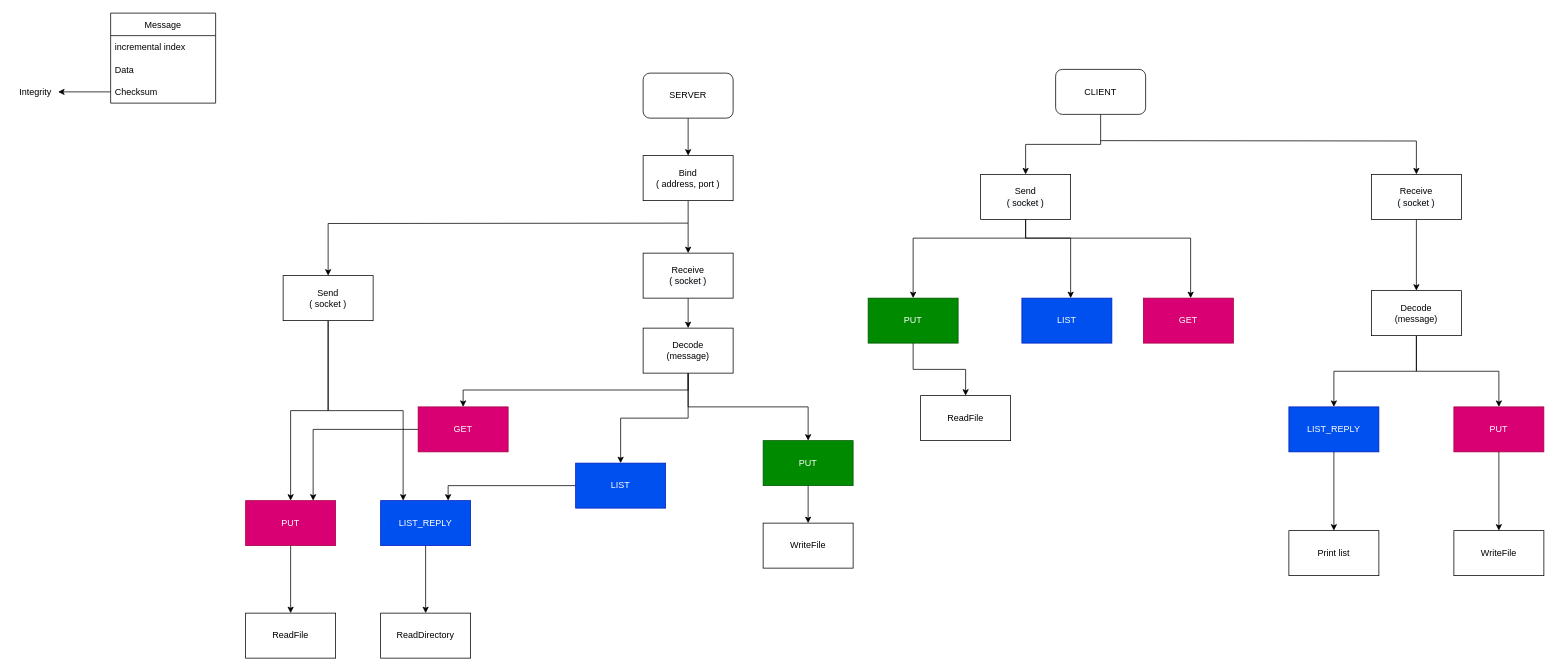
This is page "Page-1" (1 of 5) of Docs/Untitled.drawio from ItsTiz/Progetto-Reti, a draw.io file, before an edit. Source tidied: cells renumbered, new cells numbered last; positions are measured from the earlier drawing's top-left corner, leaving out a move shared by most shapes. Both pictures are drawn from the tidied source at 75%, with x=0, y=0 at pixel (13, 13).
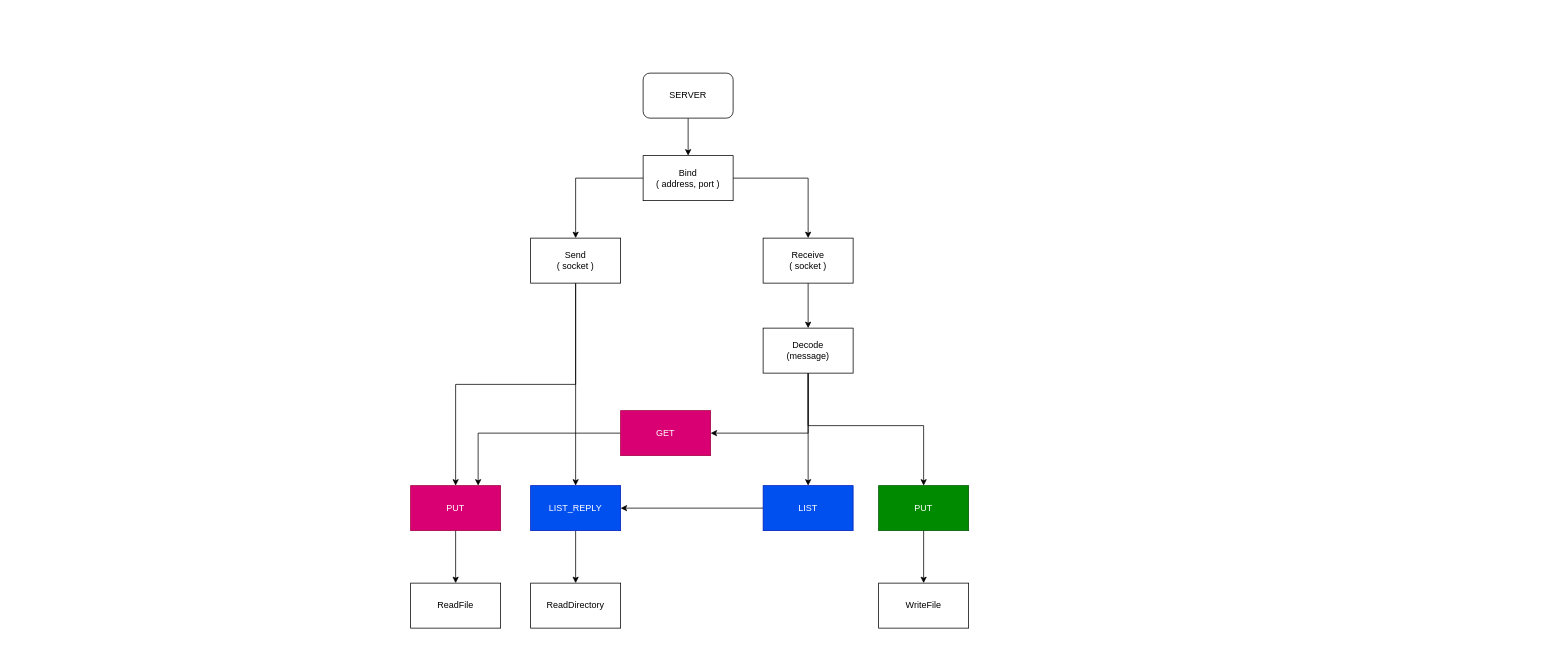
Above is the later version.

Commit message (it also covers changes not shown here):
Made some changes to text output in both client and server

The change refers to these unchanged cells:
```xml
<mxCell id="8" value="Bind &lt;br&gt;( address, port )" style="rounded=0;whiteSpace=wrap;html=1;" parent="1" vertex="1">
  <mxGeometry x="840" y="190" width="120" height="60" as="geometry" />
</mxCell>
```

The edit, as a diff of the source:
```diff
@@
-    <mxCell id="4" style="edgeStyle=orthogonalEdgeStyle;rounded=0;jettySize=auto;html=1;" parent="1" edge="1" source="6" target="26">
-      <mxGeometry relative="1" as="geometry" />
-    </mxCell>
-    <mxCell id="5" style="edgeStyle=orthogonalEdgeStyle;rounded=0;jettySize=auto;html=1;" parent="1" edge="1" target="24">
-      <mxGeometry relative="1" as="geometry">
-        <mxPoint x="1450" y="170" as="sourcePoint" />
-      </mxGeometry>
-    </mxCell>
-    <mxCell id="6" value="CLIENT" style="rounded=1;whiteSpace=wrap;html=1;" parent="1" vertex="1">
-      <mxGeometry x="1390" y="75" width="120" height="60" as="geometry" />
-    </mxCell>
@@
-    <mxCell id="10" value="Receive&lt;br style=&quot;color: rgb(0, 0, 0); font-family: Helvetica; font-size: 12px; font-style: normal; font-variant-ligatures: normal; font-variant-caps: normal; font-weight: 400; letter-spacing: normal; orphans: 2; text-align: center; text-indent: 0px; text-transform: none; widows: 2; word-spacing: 0px; -webkit-text-stroke-width: 0px; background-color: rgb(248, 249, 250); text-decoration-thickness: initial; text-decoration-style: initial; text-decoration-color: initial;&quot;&gt;&lt;span style=&quot;color: rgb(0, 0, 0); font-family: Helvetica; font-size: 12px; font-style: normal; font-variant-ligatures: normal; font-variant-caps: normal; font-weight: 400; letter-spacing: normal; orphans: 2; text-align: center; text-indent: 0px; text-transform: none; widows: 2; word-spacing: 0px; -webkit-text-stroke-width: 0px; background-color: rgb(248, 249, 250); text-decoration-thickness: initial; text-decoration-style: initial; text-decoration-color: initial; float: none; display: inline !important;&quot;&gt;( socket )&lt;/span&gt;" style="rounded=0;whiteSpace=wrap;html=1;" parent="1" vertex="1">
-      <mxGeometry x="840" y="320" width="120" height="60" as="geometry" />
+    <mxCell id="10" value="Receive&lt;br style=&quot;color: rgb(0, 0, 0); font-family: Helvetica; font-size: 12px; font-style: normal; font-variant-ligatures: normal; font-variant-caps: normal; font-weight: 400; letter-spacing: normal; orphans: 2; text-align: center; text-indent: 0px; text-transform: none; widows: 2; word-spacing: 0px; -webkit-text-stroke-width: 0px; background-color: rgb(248, 249, 250); text-decoration-thickness: initial; text-decoration-style: initial; text-decoration-color: initial;&quot;&gt;&lt;span style=&quot;color: rgb(0, 0, 0); font-family: Helvetica; font-size: 12px; font-style: normal; font-variant-ligatures: normal; font-variant-caps: normal; font-weight: 400; letter-spacing: normal; orphans: 2; text-align: center; text-indent: 0px; text-transform: none; widows: 2; word-spacing: 0px; -webkit-text-stroke-width: 0px; text-decoration-thickness: initial; text-decoration-style: initial; text-decoration-color: initial; float: none; display: inline !important; background-color: rgb(255, 255, 255);&quot;&gt;( socket )&lt;/span&gt;" style="rounded=0;whiteSpace=wrap;html=1;" parent="1" vertex="1">
+      <mxGeometry x="1000" y="300" width="120" height="60" as="geometry" />
     </mxCell>
@@
-    <mxCell id="12" style="edgeStyle=orthogonalEdgeStyle;rounded=0;jettySize=auto;html=1;exitX=0.5;exitY=1;exitDx=0;exitDy=0;entryX=0.25;entryY=0;entryDx=0;entryDy=0;fontSize=18;" parent="1" edge="1" source="13" target="56">
+    <mxCell id="12" style="edgeStyle=orthogonalEdgeStyle;rounded=0;jettySize=auto;html=1;exitX=0.5;exitY=1;exitDx=0;exitDy=0;entryX=0.5;entryY=0;entryDx=0;entryDy=0;fontSize=18;" parent="1" edge="1" source="13" target="56">
       <mxGeometry relative="1" as="geometry" />
     </mxCell>
     <mxCell id="13" value="Send&lt;br&gt;( socket )" style="rounded=0;whiteSpace=wrap;html=1;" parent="1" vertex="1">
-      <mxGeometry x="360" y="350" width="120" height="60" as="geometry" />
+      <mxGeometry x="690" y="300" width="120" height="60" as="geometry" />
     </mxCell>
     <mxCell id="14" style="edgeStyle=orthogonalEdgeStyle;rounded=0;jettySize=auto;html=1;exitX=0.5;exitY=1;exitDx=0;exitDy=0;entryX=0.5;entryY=0;entryDx=0;entryDy=0;fontSize=18;" parent="1" edge="1" source="17" target="42">
-      <mxGeometry relative="1" as="geometry" />
+      <mxGeometry relative="1" as="geometry">
+        <Array as="points">
+          <mxPoint x="1060" y="550" />
+          <mxPoint x="1214" y="550" />
+        </Array>
+      </mxGeometry>
     </mxCell>
@@
-    <mxCell id="16" style="edgeStyle=orthogonalEdgeStyle;rounded=0;jettySize=auto;html=1;exitX=0.5;exitY=1;exitDx=0;exitDy=0;fontSize=18;entryX=0.5;entryY=0;entryDx=0;entryDy=0;" parent="1" edge="1" source="17" target="19">
+    <mxCell id="16" style="edgeStyle=orthogonalEdgeStyle;rounded=0;jettySize=auto;html=1;exitX=0.5;exitY=1;exitDx=0;exitDy=0;entryX=1;entryY=0.5;entryDx=0;entryDy=0;fontSize=18;" parent="1" edge="1" source="17" target="19">
       <mxGeometry relative="1" as="geometry" />
     </mxCell>
     <mxCell id="17" value="Decode&lt;br&gt;(message)" style="rounded=0;whiteSpace=wrap;html=1;" parent="1" vertex="1">
-      <mxGeometry x="840" y="420" width="120" height="60" as="geometry" />
+      <mxGeometry x="1000" y="420" width="120" height="60" as="geometry" />
     </mxCell>
@@
     <mxCell id="19" value="GET" style="rounded=0;whiteSpace=wrap;html=1;fillColor=#d80073;fontColor=#ffffff;strokeColor=#A50040;" parent="1" vertex="1">
-      <mxGeometry x="540" y="525" width="120" height="60" as="geometry" />
+      <mxGeometry x="810" y="530" width="120" height="60" as="geometry" />
     </mxCell>
     <mxCell id="20" value="WriteFile" style="rounded=0;whiteSpace=wrap;html=1;" parent="1" vertex="1">
-      <mxGeometry x="1000" y="680" width="120" height="60" as="geometry" />
+      <mxGeometry x="1154" y="760" width="120" height="60" as="geometry" />
     </mxCell>
-    <mxCell id="21" style="edgeStyle=orthogonalEdgeStyle;rounded=0;jettySize=auto;html=1;exitX=0;exitY=0.5;exitDx=0;exitDy=0;entryX=0.75;entryY=0;entryDx=0;entryDy=0;fontSize=18;" parent="1" edge="1" source="22" target="56">
+    <mxCell id="21" style="edgeStyle=orthogonalEdgeStyle;rounded=0;jettySize=auto;html=1;exitX=0;exitY=0.5;exitDx=0;exitDy=0;entryX=1;entryY=0.5;entryDx=0;entryDy=0;fontSize=18;" parent="1" edge="1" source="22" target="56">
       <mxGeometry relative="1" as="geometry" />
     </mxCell>
     <mxCell id="22" value="LIST" style="rounded=0;whiteSpace=wrap;html=1;fillColor=#0050ef;fontColor=#ffffff;strokeColor=#001DBC;" parent="1" vertex="1">
-      <mxGeometry x="750" y="600" width="120" height="60" as="geometry" />
+      <mxGeometry x="1000" y="630" width="120" height="60" as="geometry" />
     </mxCell>
-    <mxCell id="23" style="edgeStyle=orthogonalEdgeStyle;rounded=0;jettySize=auto;html=1;" parent="1" edge="1" source="24" target="29">
-      <mxGeometry relative="1" as="geometry" />
-    </mxCell>
-    <mxCell id="24" value="Receive&lt;br style=&quot;color: rgb(0, 0, 0); font-family: Helvetica; font-size: 12px; font-style: normal; font-variant-ligatures: normal; font-variant-caps: normal; font-weight: 400; letter-spacing: normal; orphans: 2; text-align: center; text-indent: 0px; text-transform: none; widows: 2; word-spacing: 0px; -webkit-text-stroke-width: 0px; background-color: rgb(248, 249, 250); text-decoration-thickness: initial; text-decoration-style: initial; text-decoration-color: initial;&quot;&gt;&lt;span style=&quot;color: rgb(0, 0, 0); font-family: Helvetica; font-size: 12px; font-style: normal; font-variant-ligatures: normal; font-variant-caps: normal; font-weight: 400; letter-spacing: normal; orphans: 2; text-align: center; text-indent: 0px; text-transform: none; widows: 2; word-spacing: 0px; -webkit-text-stroke-width: 0px; background-color: rgb(248, 249, 250); text-decoration-thickness: initial; text-decoration-style: initial; text-decoration-color: initial; float: none; display: inline !important;&quot;&gt;( socket )&lt;/span&gt;" style="rounded=0;whiteSpace=wrap;html=1;" parent="1" vertex="1">
-      <mxGeometry x="1811" y="215" width="120" height="60" as="geometry" />
-    </mxCell>
-    <mxCell id="25" style="edgeStyle=orthogonalEdgeStyle;rounded=0;jettySize=auto;html=1;entryX=0.5;entryY=0;entryDx=0;entryDy=0;" parent="1" edge="1" source="26" target="34">
-      <mxGeometry relative="1" as="geometry">
-        <Array as="points">
-          <mxPoint x="1350" y="300" />
-          <mxPoint x="1200" y="300" />
-        </Array>
-      </mxGeometry>
-    </mxCell>
-    <mxCell id="26" value="Send&lt;br style=&quot;color: rgb(0, 0, 0); font-family: Helvetica; font-size: 12px; font-style: normal; font-variant-ligatures: normal; font-variant-caps: normal; font-weight: 400; letter-spacing: normal; orphans: 2; text-align: center; text-indent: 0px; text-transform: none; widows: 2; word-spacing: 0px; -webkit-text-stroke-width: 0px; background-color: rgb(248, 249, 250); text-decoration-thickness: initial; text-decoration-style: initial; text-decoration-color: initial;&quot;&gt;&lt;span style=&quot;color: rgb(0, 0, 0); font-family: Helvetica; font-size: 12px; font-style: normal; font-variant-ligatures: normal; font-variant-caps: normal; font-weight: 400; letter-spacing: normal; orphans: 2; text-align: center; text-indent: 0px; text-transform: none; widows: 2; word-spacing: 0px; -webkit-text-stroke-width: 0px; background-color: rgb(248, 249, 250); text-decoration-thickness: initial; text-decoration-style: initial; text-decoration-color: initial; float: none; display: inline !important;&quot;&gt;( socket )&lt;/span&gt;" style="rounded=0;whiteSpace=wrap;html=1;" parent="1" vertex="1">
-      <mxGeometry x="1290" y="215" width="120" height="60" as="geometry" />
-    </mxCell>
-    <mxCell id="27" style="edgeStyle=orthogonalEdgeStyle;rounded=0;jettySize=auto;html=1;" parent="1" edge="1" source="29" target="31">
-      <mxGeometry relative="1" as="geometry" />
-    </mxCell>
-    <mxCell id="28" style="edgeStyle=orthogonalEdgeStyle;rounded=0;jettySize=auto;html=1;" parent="1" edge="1" source="29" target="32">
-      <mxGeometry relative="1" as="geometry" />
-    </mxCell>
-    <mxCell id="29" value="Decode&lt;br&gt;(message)" style="rounded=0;whiteSpace=wrap;html=1;" parent="1" vertex="1">
-      <mxGeometry x="1811" y="370" width="120" height="60" as="geometry" />
-    </mxCell>
-    <mxCell id="30" value="Print list" style="rounded=0;whiteSpace=wrap;html=1;" parent="1" vertex="1">
-      <mxGeometry x="1701" y="690" width="120" height="60" as="geometry" />
-    </mxCell>
-    <mxCell id="31" value="LIST_REPLY" style="rounded=0;whiteSpace=wrap;html=1;fillColor=#0050ef;fontColor=#ffffff;strokeColor=#001DBC;" parent="1" vertex="1">
-      <mxGeometry x="1701" y="525" width="120" height="60" as="geometry" />
-    </mxCell>
-    <mxCell id="32" value="PUT" style="rounded=0;whiteSpace=wrap;html=1;fillColor=#d80073;fontColor=#ffffff;strokeColor=#A50040;" parent="1" vertex="1">
-      <mxGeometry x="1921" y="525" width="120" height="60" as="geometry" />
-    </mxCell>
-    <mxCell id="33" value="WriteFile" style="rounded=0;whiteSpace=wrap;html=1;" parent="1" vertex="1">
-      <mxGeometry x="1921" y="690" width="120" height="60" as="geometry" />
-    </mxCell>
-    <mxCell id="34" value="PUT" style="rounded=0;whiteSpace=wrap;html=1;fillColor=#008a00;fontColor=#ffffff;strokeColor=#005700;" parent="1" vertex="1">
-      <mxGeometry x="1140" y="380" width="120" height="60" as="geometry" />
-    </mxCell>
-    <mxCell id="35" value="Message" style="swimlane;fontStyle=0;horizontal=1;startSize=30;fontSize=12;" parent="1" vertex="1">
-      <mxGeometry x="130" width="140" height="120" as="geometry" />
-    </mxCell>
-    <mxCell id="36" value="incremental index" style="text;strokeColor=none;fillColor=none;align=left;verticalAlign=middle;spacingLeft=4;spacingRight=4;overflow=hidden;fontSize=12;" parent="35" vertex="1">
-      <mxGeometry y="30" width="140" height="30" as="geometry" />
-    </mxCell>
-    <mxCell id="37" value="Data" style="text;strokeColor=none;fillColor=none;align=left;verticalAlign=middle;spacingLeft=4;spacingRight=4;overflow=hidden;fontSize=12;" parent="35" vertex="1">
-      <mxGeometry y="60" width="140" height="30" as="geometry" />
-    </mxCell>
-    <mxCell id="38" value="Checksum" style="text;strokeColor=none;fillColor=none;align=left;verticalAlign=middle;spacingLeft=4;spacingRight=4;overflow=hidden;points=[[0,0.5],[1,0.5]];portConstraint=eastwest;fontSize=12;" parent="35" vertex="1">
-      <mxGeometry y="90" width="140" height="30" as="geometry" />
-    </mxCell>
-    <mxCell id="39" style="edgeStyle=orthogonalEdgeStyle;rounded=0;jettySize=auto;html=1;fontSize=12;" parent="1" edge="1" source="38" target="40">
-      <mxGeometry relative="1" as="geometry" />
-    </mxCell>
-    <mxCell id="40" value="Integrity" style="text;html=1;strokeColor=none;fillColor=none;align=center;verticalAlign=middle;whiteSpace=wrap;rounded=0;fontSize=12;" parent="1" vertex="1">
-      <mxGeometry y="90" width="60" height="30" as="geometry" />
-    </mxCell>
     <mxCell id="41" value="ReadDirectory" style="rounded=0;whiteSpace=wrap;html=1;" parent="1" vertex="1">
-      <mxGeometry x="490" y="800" width="120" height="60" as="geometry" />
+      <mxGeometry x="690" y="760" width="120" height="60" as="geometry" />
     </mxCell>
     <mxCell id="42" value="PUT" style="rounded=0;whiteSpace=wrap;html=1;fillColor=#008a00;fontColor=#ffffff;strokeColor=#005700;" parent="1" vertex="1">
-      <mxGeometry x="1000" y="570" width="120" height="60" as="geometry" />
+      <mxGeometry x="1154" y="630" width="120" height="60" as="geometry" />
     </mxCell>
@@
-    <mxCell id="44" value="LIST" style="rounded=0;whiteSpace=wrap;html=1;fillColor=#0050ef;fontColor=#ffffff;strokeColor=#001DBC;" parent="1" vertex="1">
-      <mxGeometry x="1345" y="380" width="120" height="60" as="geometry" />
-    </mxCell>
-    <mxCell id="45" style="edgeStyle=orthogonalEdgeStyle;rounded=0;jettySize=auto;html=1;entryX=0.542;entryY=0;entryDx=0;entryDy=0;entryPerimeter=0;" parent="1" edge="1" target="44">
-      <mxGeometry relative="1" as="geometry">
-        <mxPoint x="1350" y="300" as="sourcePoint" />
-        <Array as="points">
-          <mxPoint x="1410" y="300" />
-        </Array>
-      </mxGeometry>
-    </mxCell>
-    <mxCell id="46" style="edgeStyle=orthogonalEdgeStyle;rounded=0;jettySize=auto;html=1;entryX=0.5;entryY=0;entryDx=0;entryDy=0;exitX=0.5;exitY=1;exitDx=0;exitDy=0;" parent="1" edge="1" source="31" target="30">
-      <mxGeometry relative="1" as="geometry" />
-    </mxCell>
-    <mxCell id="47" style="edgeStyle=orthogonalEdgeStyle;rounded=0;jettySize=auto;html=1;entryX=0.5;entryY=0;entryDx=0;entryDy=0;exitX=0.5;exitY=1;exitDx=0;exitDy=0;" parent="1" edge="1" source="32" target="33">
-      <mxGeometry relative="1" as="geometry" />
-    </mxCell>
-    <mxCell id="48" style="edgeStyle=orthogonalEdgeStyle;rounded=0;jettySize=auto;html=1;entryX=0.5;entryY=0;entryDx=0;entryDy=0;exitX=0.5;exitY=1;exitDx=0;exitDy=0;" parent="1" edge="1" source="34" target="49">
-      <mxGeometry relative="1" as="geometry" />
-    </mxCell>
-    <mxCell id="49" value="ReadFile" style="rounded=0;whiteSpace=wrap;html=1;" parent="1" vertex="1">
-      <mxGeometry x="1210" y="510" width="120" height="60" as="geometry" />
-    </mxCell>
-    <mxCell id="50" style="edgeStyle=orthogonalEdgeStyle;rounded=0;jettySize=auto;html=1;entryX=0.542;entryY=0;entryDx=0;entryDy=0;entryPerimeter=0;exitX=0.5;exitY=1;exitDx=0;exitDy=0;" parent="1" edge="1" source="26">
-      <mxGeometry relative="1" as="geometry">
-        <mxPoint x="1570" y="380" as="targetPoint" />
-        <Array as="points">
-          <mxPoint x="1350" y="300" />
-          <mxPoint x="1570" y="300" />
-        </Array>
-      </mxGeometry>
-    </mxCell>
-    <mxCell id="51" value="GET" style="rounded=0;whiteSpace=wrap;html=1;fillColor=#d80073;fontColor=#ffffff;strokeColor=#A50040;" parent="1" vertex="1">
-      <mxGeometry x="1507" y="380" width="120" height="60" as="geometry" />
-    </mxCell>
-    <mxCell id="52" style="edgeStyle=orthogonalEdgeStyle;rounded=0;jettySize=auto;html=1;entryX=0.5;entryY=0;entryDx=0;entryDy=0;" parent="1" edge="1" target="13">
-      <mxGeometry relative="1" as="geometry">
-        <mxPoint x="900" y="280" as="sourcePoint" />
-      </mxGeometry>
+    <mxCell id="52" style="edgeStyle=orthogonalEdgeStyle;rounded=0;jettySize=auto;html=1;entryX=0.5;entryY=0;entryDx=0;entryDy=0;exitX=0;exitY=0.5;exitDx=0;exitDy=0;" parent="1" edge="1" source="8" target="13">
+      <mxGeometry relative="1" as="geometry" />
     </mxCell>
     <mxCell id="53" value="PUT" style="rounded=0;whiteSpace=wrap;html=1;fillColor=#d80073;fontColor=#ffffff;strokeColor=#A50040;" parent="1" vertex="1">
-      <mxGeometry x="310" y="650" width="120" height="60" as="geometry" />
+      <mxGeometry x="530" y="630" width="120" height="60" as="geometry" />
     </mxCell>
@@
     <mxCell id="56" value="LIST_REPLY" style="rounded=0;whiteSpace=wrap;html=1;fillColor=#0050ef;fontColor=#ffffff;strokeColor=#001DBC;" parent="1" vertex="1">
-      <mxGeometry x="490" y="650" width="120" height="60" as="geometry" />
+      <mxGeometry x="690" y="630" width="120" height="60" as="geometry" />
     </mxCell>
     <mxCell id="57" value="ReadFile" style="rounded=0;whiteSpace=wrap;html=1;" parent="1" vertex="1">
-      <mxGeometry x="310" y="800" width="120" height="60" as="geometry" />
+      <mxGeometry x="530" y="760" width="120" height="60" as="geometry" />
     </mxCell>
```
